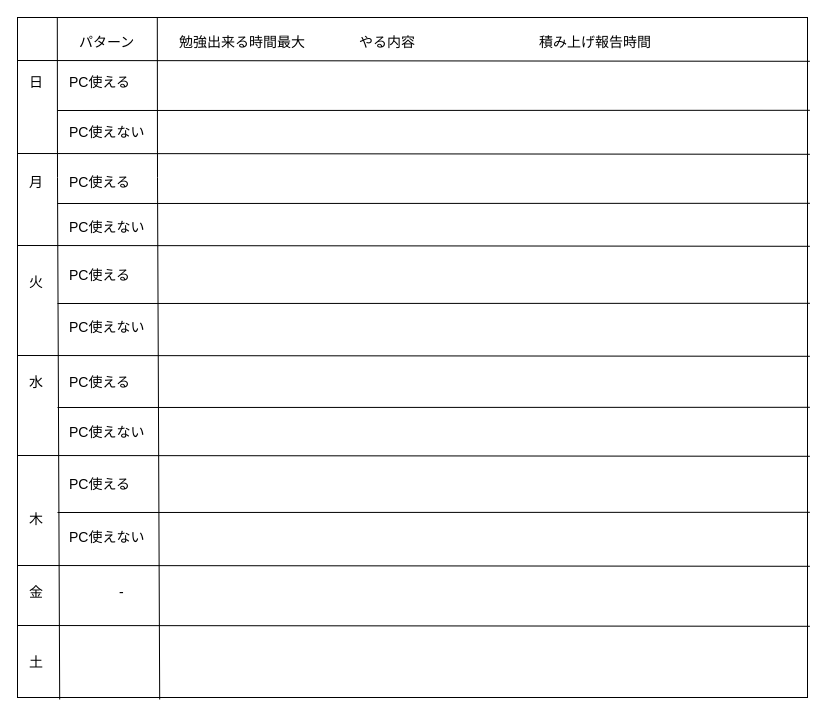
Earlier version of the draw.io diagram Study Plan.drawio (suefrontend/study-plan). Source tidied: cells renumbered, new cells numbered last; positions are measured from the earlier drawing's top-left corner, leaving out a move shared by most shapes. Both pictures are drawn from the tidied source at 100%, with x=0, y=0 at pixel (17, 17).
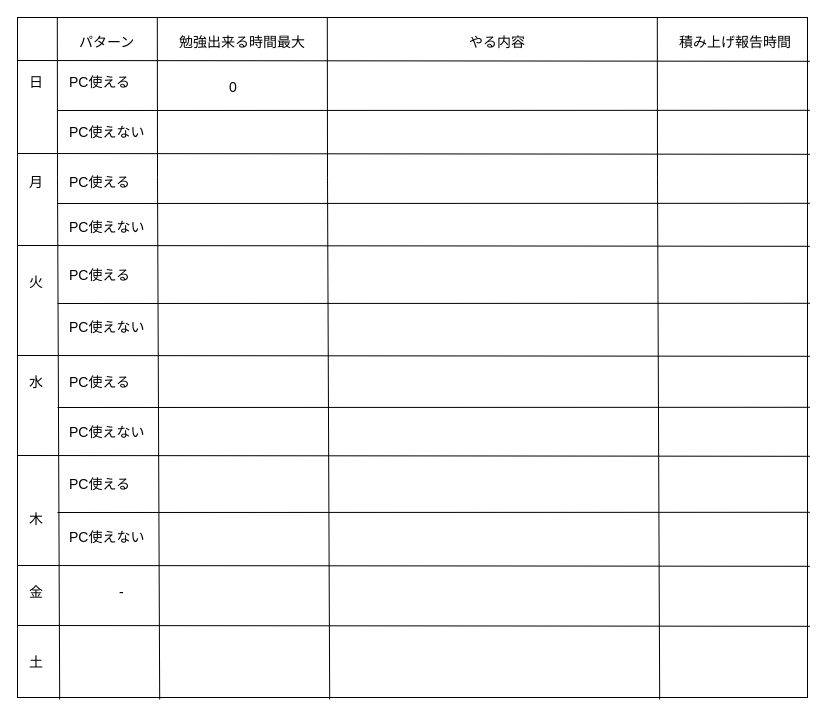
After the change.

Diff of the diagram source:
```diff
@@
     <mxCell id="16" value="積み上げ報告時間" style="text;html=1;strokeColor=none;fillColor=none;align=left;verticalAlign=middle;whiteSpace=wrap;rounded=0;fontSize=14;" parent="1" vertex="1">
-      <mxGeometry x="520" y="10" width="170" height="30" as="geometry" />
+      <mxGeometry x="660" y="10" width="130" height="30" as="geometry" />
     </mxCell>
@@
     <mxCell id="32" value="やる内容" style="text;html=1;strokeColor=none;fillColor=none;align=left;verticalAlign=middle;whiteSpace=wrap;rounded=0;fontSize=14;" parent="1" vertex="1">
-      <mxGeometry x="340" y="10" width="170" height="30" as="geometry" />
+      <mxGeometry x="450" y="10" width="70" height="30" as="geometry" />
     </mxCell>
@@
+    <mxCell id="39" value="0" style="text;html=1;strokeColor=none;fillColor=none;align=left;verticalAlign=middle;whiteSpace=wrap;rounded=0;fontSize=14;" parent="1" vertex="1">
+      <mxGeometry x="210" y="55" width="20" height="30" as="geometry" />
+    </mxCell>
+    <mxCell id="40" style="endArrow=none;html=1;rounded=0;fontSize=14;entryX=0.077;entryY=0;entryDx=0;entryDy=0;entryPerimeter=0;exitX=0.08;exitY=1.003;exitDx=0;exitDy=0;exitPerimeter=0;" parent="1" edge="1">
+      <mxGeometry relative="1" as="geometry">
+        <mxPoint x="312.2" y="682" as="sourcePoint" />
+        <mxPoint x="309.8" as="targetPoint" />
+        <Array as="points">
+          <mxPoint x="310" y="160" />
+        </Array>
+      </mxGeometry>
+    </mxCell>
+    <mxCell id="41" style="endArrow=none;html=1;rounded=0;fontSize=14;entryX=0.077;entryY=0;entryDx=0;entryDy=0;entryPerimeter=0;exitX=0.08;exitY=1.003;exitDx=0;exitDy=0;exitPerimeter=0;" parent="1" edge="1">
+      <mxGeometry relative="1" as="geometry">
+        <mxPoint x="642.2" y="682" as="sourcePoint" />
+        <mxPoint x="639.8" as="targetPoint" />
+        <Array as="points">
+          <mxPoint x="640" y="160" />
+        </Array>
+      </mxGeometry>
+    </mxCell>
```
